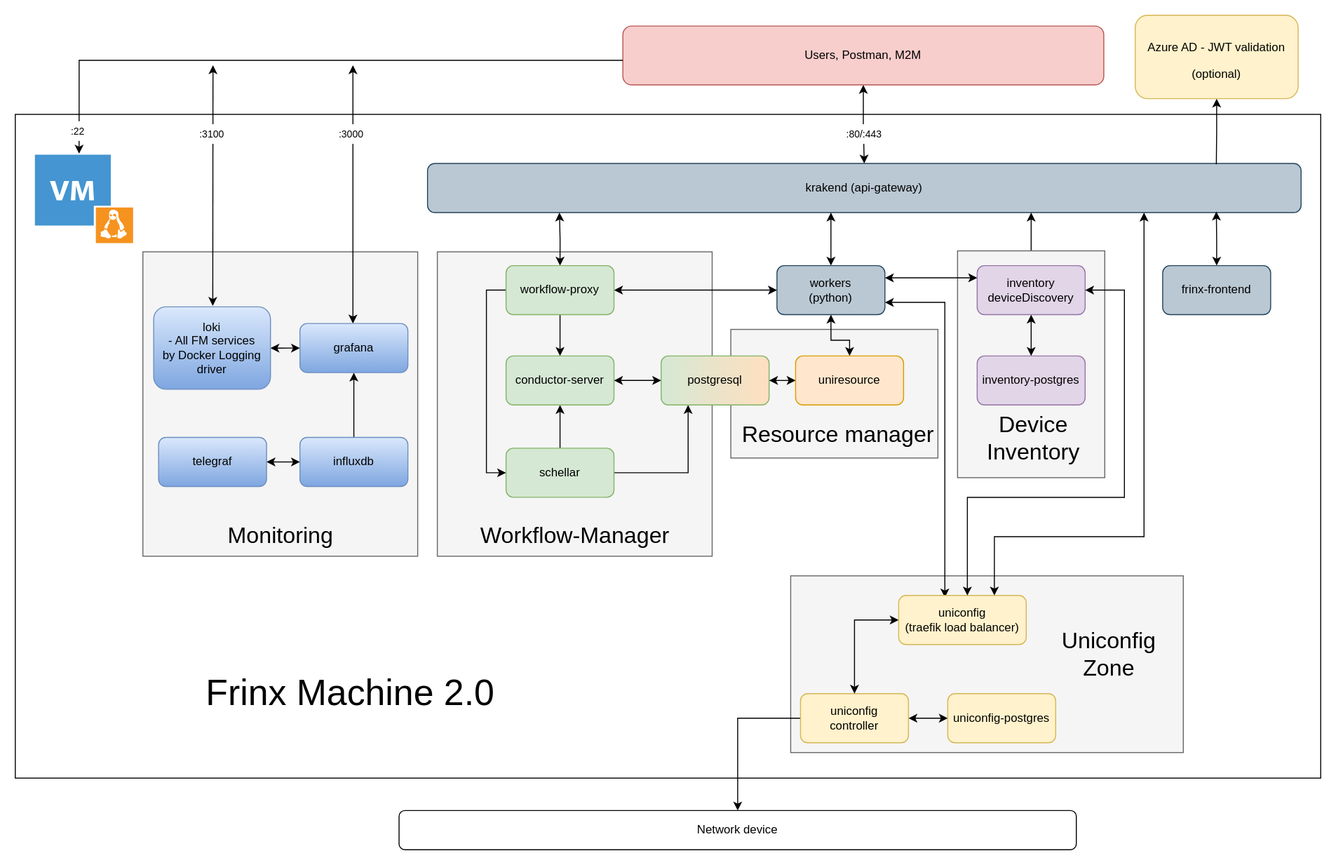
Earlier version of the draw.io export docs/assets/fm_architecture.svg (FRINXio/FRINX-machine). Source tidied: cells renumbered, new cells last; positions are measured from the earlier drawing's top-left corner, leaving out a move shared by most shapes.
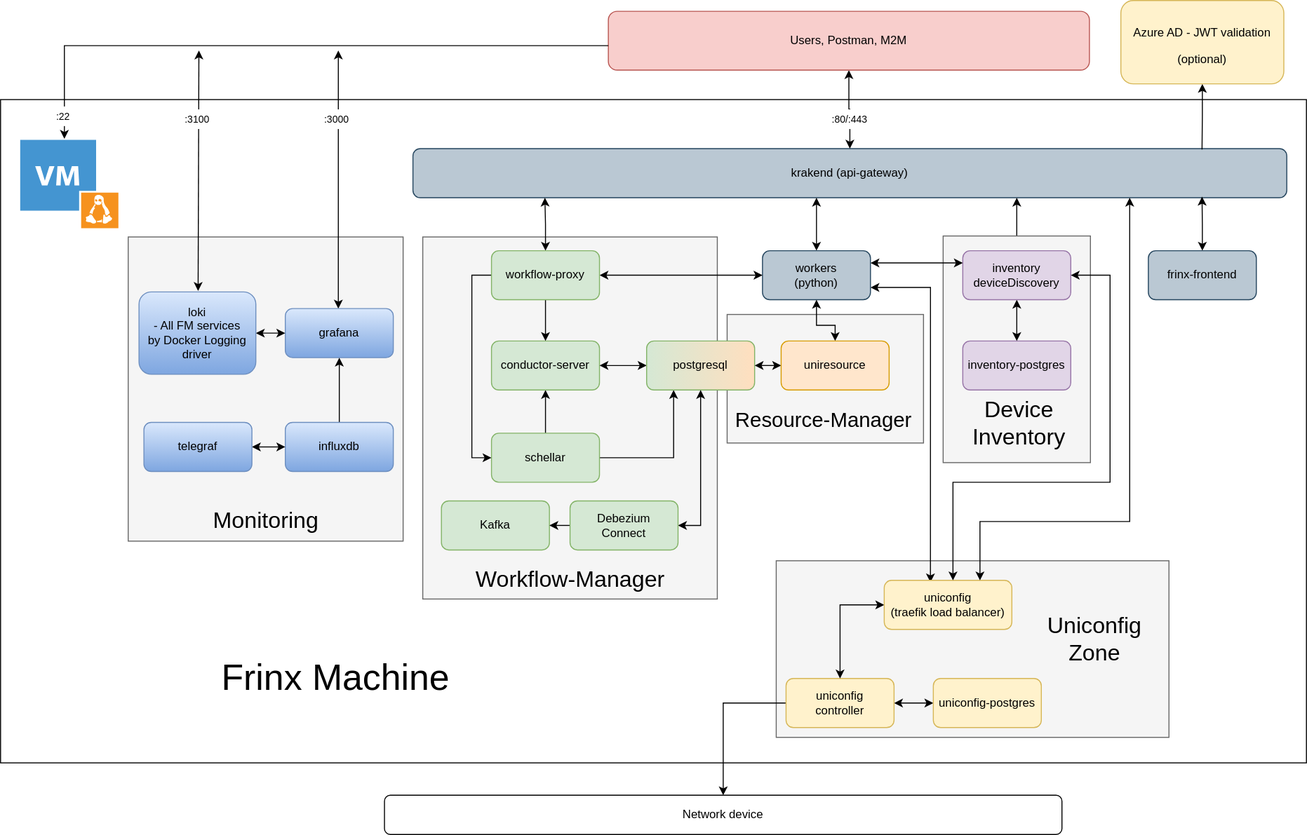
The same file after the commit.

What changed in the source:
```diff
@@ -6,10 +6,10 @@
       <mxGeometry y="101" width="1330" height="676" as="geometry" />
     </mxCell>
     <mxCell id="3" style="rounded=0;whiteSpace=wrap;html=1;fillColor=#f5f5f5;fontColor=#333333;strokeColor=#666666;" parent="1" vertex="1">
-      <mxGeometry x="729" y="320" width="211" height="131" as="geometry" />
+      <mxGeometry x="740" y="320" width="200" height="131" as="geometry" />
     </mxCell>
     <mxCell id="4" style="rounded=0;whiteSpace=wrap;html=1;fillColor=#f5f5f5;fontColor=#333333;strokeColor=#666666;" parent="1" vertex="1">
-      <mxGeometry x="430" y="241" width="280" height="310" as="geometry" />
+      <mxGeometry x="430" y="241" width="300" height="369" as="geometry" />
     </mxCell>
     <mxCell id="5" style="rounded=0;whiteSpace=wrap;html=1;fillColor=#f5f5f5;fontColor=#333333;strokeColor=#666666;" parent="1" vertex="1">
       <mxGeometry x="130" y="241" width="280" height="310" as="geometry" />
@@ -178,16 +178,16 @@
       </mxGeometry>
     </mxCell>
     <mxCell id="52" value="&lt;font style=&quot;font-size: 23px&quot;&gt;Workflow-Manager&lt;/font&gt;" style="text;html=1;align=center;verticalAlign=middle;fillColor=none;strokeColor=none;rounded=0;rotation=0;" parent="1" vertex="1">
-      <mxGeometry x="460" y="510" width="220" height="40" as="geometry" />
+      <mxGeometry x="470" y="570" width="220" height="40" as="geometry" />
     </mxCell>
     <mxCell id="53" value=":80/:443" style="text;html=1;strokeColor=none;fillColor=default;align=left;verticalAlign=middle;whiteSpace=wrap;rounded=0;fontSize=10;gradientColor=none;" parent="1" vertex="1">
       <mxGeometry x="845" y="111" width="40" height="20" as="geometry" />
     </mxCell>
-    <mxCell id="54" value="&lt;font style=&quot;font-size: 37px&quot;&gt;Frinx Machine 2.0&lt;/font&gt;" style="text;html=1;align=center;verticalAlign=middle;fillColor=none;strokeColor=none;rounded=0;fontSize=23;" parent="1" vertex="1">
-      <mxGeometry x="181" y="661" width="320" height="60" as="geometry" />
+    <mxCell id="54" value="&lt;font style=&quot;font-size: 37px&quot;&gt;Frinx Machine&lt;/font&gt;" style="text;html=1;align=center;verticalAlign=middle;fillColor=none;strokeColor=none;rounded=0;fontSize=23;" parent="1" vertex="1">
+      <mxGeometry x="211" y="661" width="260" height="60" as="geometry" />
     </mxCell>
-    <mxCell id="55" value="&lt;font style=&quot;font-size: 23px&quot;&gt;Resource manager&lt;/font&gt;" style="text;html=1;align=center;verticalAlign=middle;fillColor=none;strokeColor=none;rounded=0;" parent="1" vertex="1">
-      <mxGeometry x="728" y="407" width="220" height="40" as="geometry" />
+    <mxCell id="55" value="&lt;font style=&quot;font-size: 21px;&quot;&gt;Resource-Manager&lt;/font&gt;" style="text;html=1;align=center;verticalAlign=middle;fillColor=none;strokeColor=none;rounded=0;" parent="1" vertex="1">
+      <mxGeometry x="738" y="407" width="200" height="40" as="geometry" />
     </mxCell>
     <mxCell id="56" value="inventory" style="rounded=1;whiteSpace=wrap;html=1;strokeColor=#9673a6;fillColor=#e1d5e7;" parent="1" vertex="1">
       <mxGeometry x="1022" y="260" width="110" height="50" as="geometry" />
@@ -256,5 +256,17 @@
     <mxCell id="72" value=":22" style="text;html=1;strokeColor=none;fillColor=#FFFFFF;align=left;verticalAlign=middle;whiteSpace=wrap;rounded=0;fontSize=10;gradientColor=none;" parent="1" vertex="1">
       <mxGeometry x="55" y="108" width="30" height="20" as="geometry" />
     </mxCell>
+    <mxCell id="73" value="Kafka" style="rounded=1;whiteSpace=wrap;html=1;strokeColor=#82b366;fillColor=#d5e8d4;gradientDirection=east;" parent="1" vertex="1">
+      <mxGeometry x="449" y="510" width="110" height="50" as="geometry" />
+    </mxCell>
+    <mxCell id="74" style="edgeStyle=orthogonalEdgeStyle;rounded=0;jettySize=auto;html=1;exitX=1;exitY=0.5;exitDx=0;exitDy=0;startArrow=classic;startFill=1;" parent="1" edge="1" source="76" target="37">
+      <mxGeometry relative="1" as="geometry" />
+    </mxCell>
+    <mxCell id="75" style="edgeStyle=orthogonalEdgeStyle;rounded=0;jettySize=auto;html=1;exitX=0;exitY=0.5;exitDx=0;exitDy=0;entryX=1;entryY=0.5;entryDx=0;entryDy=0;" parent="1" edge="1" source="76" target="73">
+      <mxGeometry relative="1" as="geometry" />
+    </mxCell>
+    <mxCell id="76" value="Debezium&lt;br&gt;Connect" style="rounded=1;whiteSpace=wrap;html=1;strokeColor=#82b366;fillColor=#d5e8d4;gradientDirection=east;" parent="1" vertex="1">
+      <mxGeometry x="580" y="510" width="110" height="50" as="geometry" />
+    </mxCell>
   </root>
 </mxGraphModel>
```
